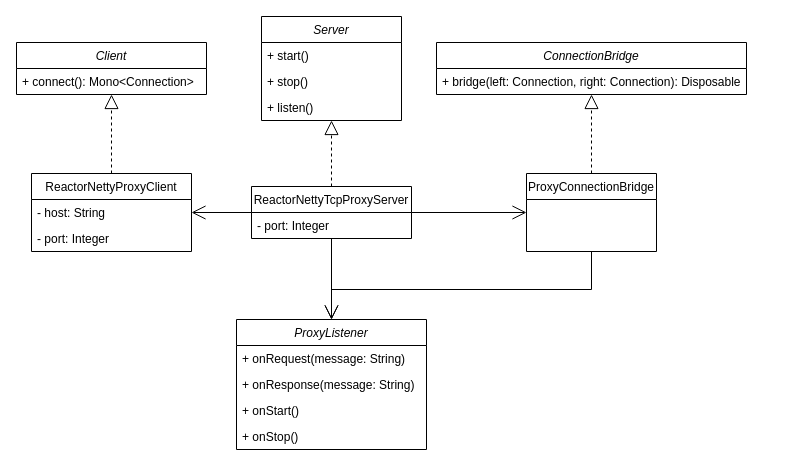
The draw.io diagram src/site/resources/images/proxy_global_classes.drawio in Bernardo-MG/reactor-netty-tcp-proxy-example, before the edit. Source tidied: cells renumbered, new cells numbered last; positions are measured from the earlier drawing's top-left corner, leaving out a move shared by most shapes. Both pictures are drawn from the tidied source at 100%, with x=0, y=0 at pixel (16, 16).
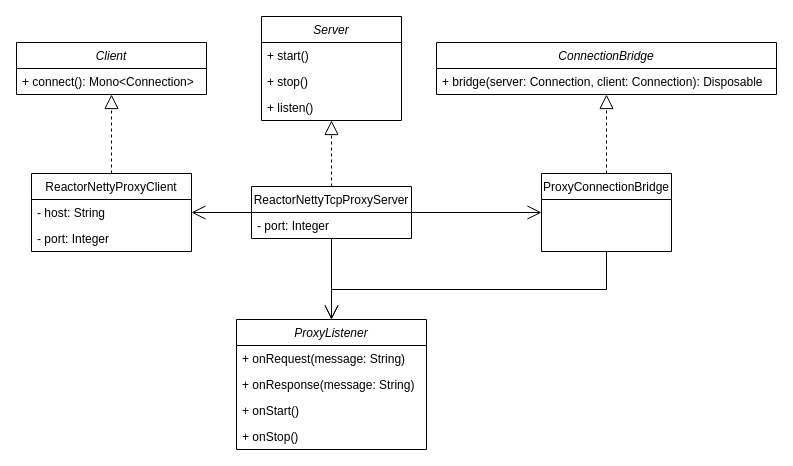
The same diagram, later.

Commit message (it also covers changes not shown here):
Updated class diagram

Unchanged cells that the change refers to:
```xml
<mxCell id="13" value="ProxyListener" style="swimlane;fontStyle=2;horizontal=1;startSize=26;fillColor=none;" parent="1" vertex="1">
  <mxGeometry x="220" y="303" width="190" height="130" as="geometry" />
</mxCell>
```

The edit, as a diff of the source:
```diff
@@
     <mxCell id="9" value="ProxyConnectionBridge" style="swimlane;fontStyle=0;horizontal=1;startSize=26;fillColor=none;" parent="1" vertex="1">
-      <mxGeometry x="510" y="157" width="130" height="78" as="geometry" />
+      <mxGeometry x="525" y="157" width="130" height="78" as="geometry" />
     </mxCell>
@@
     <mxCell id="11" value="ConnectionBridge" style="swimlane;fontStyle=2;horizontal=1;startSize=26;fillColor=none;" parent="1" vertex="1">
-      <mxGeometry x="420" y="26" width="310" height="52" as="geometry" />
+      <mxGeometry x="420" y="26" width="340" height="52" as="geometry" />
     </mxCell>
-    <mxCell id="12" value="+ bridge(left: Connection, right: Connection): Disposable" style="text;strokeColor=none;fillColor=none;align=left;verticalAlign=top;spacingLeft=4;spacingRight=4;overflow=hidden;" parent="11" vertex="1">
-      <mxGeometry y="26" width="310" height="26" as="geometry" />
+    <mxCell id="12" value="+ bridge(server: Connection, client: Connection): Disposable" style="text;strokeColor=none;fillColor=none;align=left;verticalAlign=top;spacingLeft=4;spacingRight=4;overflow=hidden;" parent="11" vertex="1">
+      <mxGeometry y="26" width="340" height="26" as="geometry" />
     </mxCell>
@@
     <mxCell id="19" style="endArrow=open;endSize=12;html=1;rounded=0;entryX=0.5;entryY=0;entryDx=0;entryDy=0;edgeStyle=orthogonalEdgeStyle;exitX=0.5;exitY=1;exitDx=0;exitDy=0;" parent="1" edge="1" source="9" target="13">
       <mxGeometry relative="1" as="geometry">
         <Array as="points">
-          <mxPoint x="575" y="273" />
+          <mxPoint x="590" y="273" />
           <mxPoint x="315" y="273" />
         </Array>
       </mxGeometry>
     </mxCell>
```
